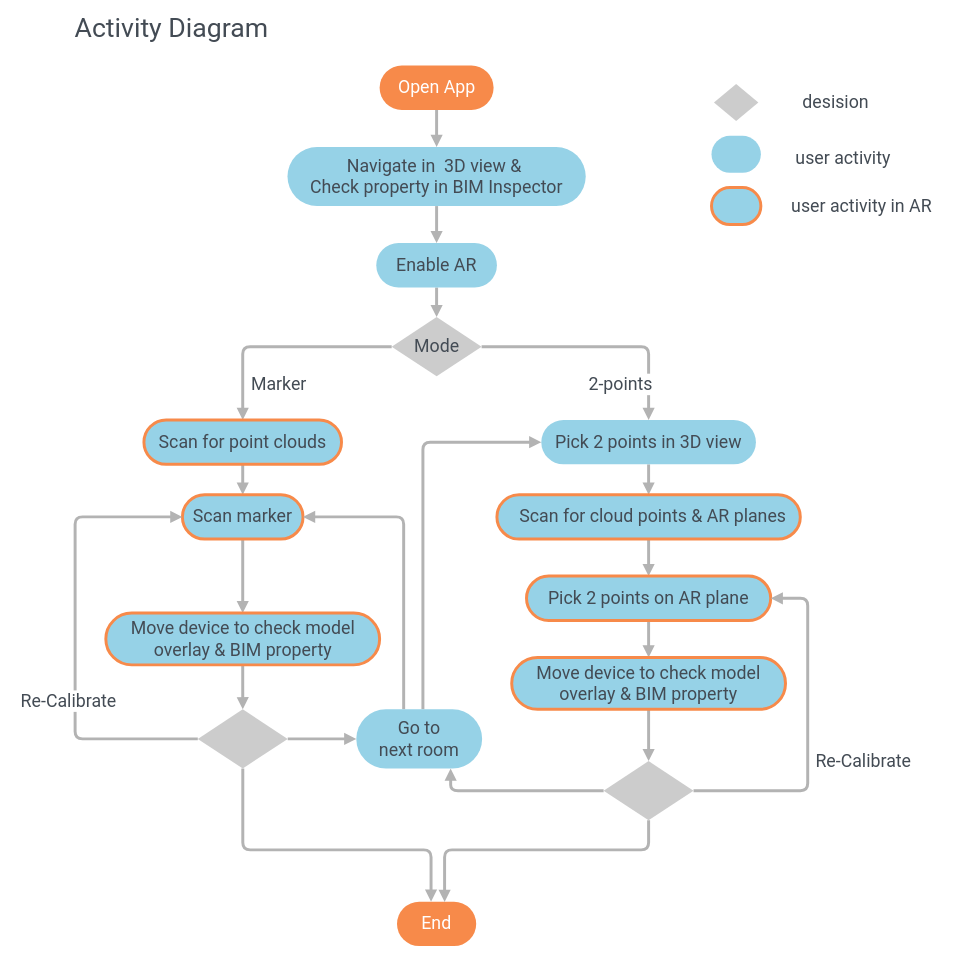
Before: Untitled Diagram.drawio in EricHsuYC/EricHsuYC.github.io, a draw.io diagram. Source tidied: cells renumbered, new cells numbered last; positions are measured from the earlier drawing's top-left corner, leaving out a move shared by most shapes. Both pictures are drawn from the tidied source at 74%, with x=0, y=0 at pixel (67, 13).
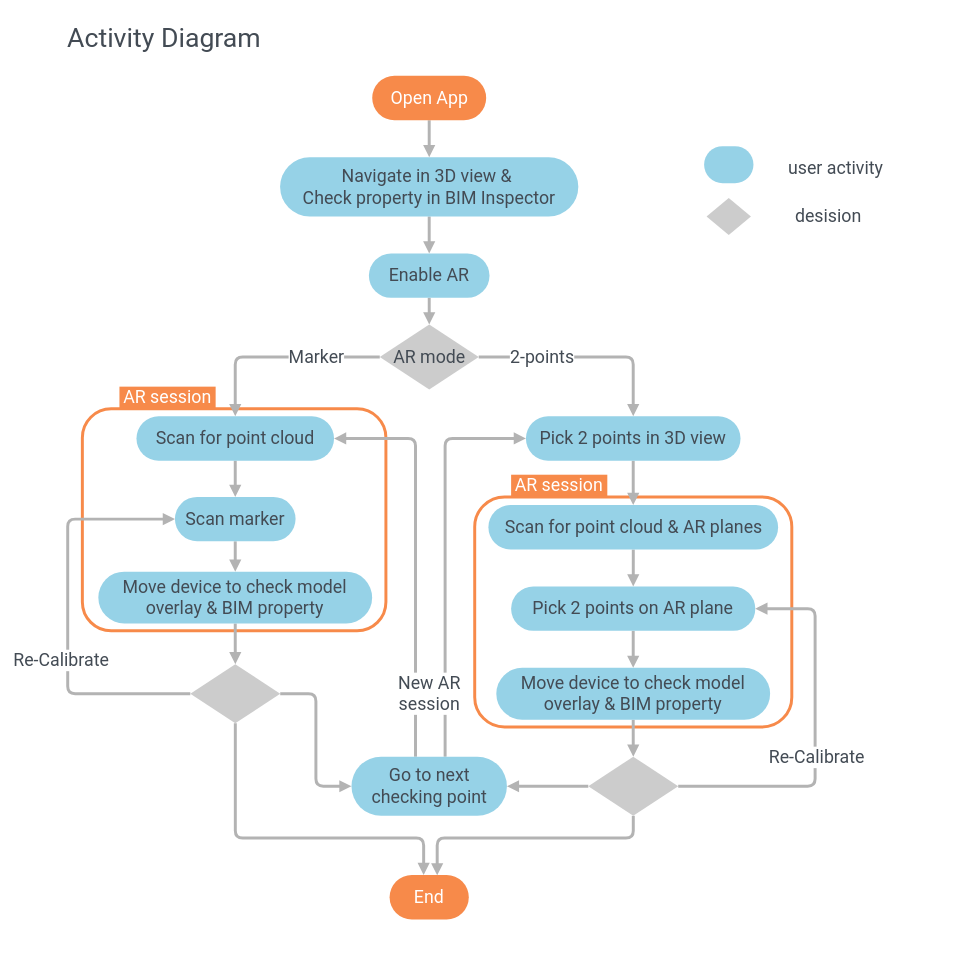
Above is the later version.

The change refers to these unchanged cells:
```xml
<mxCell id="6" style="edgeStyle=orthogonalEdgeStyle;jettySize=auto;html=1;entryX=0.5;entryY=0;entryDx=0;entryDy=0;startFill=0;endArrow=block;endFill=1;strokeColor=#B3B3B3;strokeWidth=4;" parent="1" edge="1" source="10" target="14">
  <mxGeometry relative="1" as="geometry" />
</mxCell>
<mxCell id="8" style="edgeStyle=orthogonalEdgeStyle;jettySize=auto;html=1;entryX=0.5;entryY=0;entryDx=0;entryDy=0;startFill=0;endArrow=block;endFill=1;strokeColor=#B3B3B3;strokeWidth=4;" parent="1" edge="1" source="10" target="16">
  <mxGeometry relative="1" as="geometry" />
</mxCell>
```

Diff of the diagram source:
```diff
@@
+    <mxCell id="48" style="rounded=1;whiteSpace=wrap;html=1;labelBackgroundColor=#ffffff;strokeColor=#F78A4A;strokeWidth=4;fillColor=none;fontFamily=Roboto;fontSize=24;fontColor=#434B54;arcSize=13;" parent="1" vertex="1">
+      <mxGeometry x="19.8" y="534" width="410.2" height="300" as="geometry" />
+    </mxCell>
+    <mxCell id="49" value="&lt;font style=&quot;font-size: 24px&quot; color=&quot;#ffffff&quot;&gt;AR session&lt;/font&gt;" style="rounded=1;whiteSpace=wrap;html=1;fillColor=#F78A4A;fontFamily=Roboto;arcSize=0;strokeColor=none;" parent="1" vertex="1">
+      <mxGeometry x="599.2" y="623" width="130" height="30" as="geometry" />
+    </mxCell>
+    <mxCell id="50" style="rounded=1;whiteSpace=wrap;html=1;labelBackgroundColor=#ffffff;strokeColor=#F78A4A;strokeWidth=4;fillColor=none;fontFamily=Roboto;fontSize=24;fontColor=#434B54;arcSize=13;" parent="1" vertex="1">
+      <mxGeometry x="550" y="653" width="428.5" height="311" as="geometry" />
+    </mxCell>
@@
-    <mxCell id="3" value="&lt;font color=&quot;#434b54&quot; face=&quot;Roboto&quot;&gt;&lt;span style=&quot;font-size: 24px&quot;&gt;Navigate in&amp;nbsp; 3D view &amp;amp;&amp;nbsp;&lt;br&gt;&lt;/span&gt;&lt;/font&gt;&lt;span style=&quot;color: rgb(67 , 75 , 84) ; font-family: &amp;#34;roboto&amp;#34; ; font-size: 24px&quot;&gt;Check property in BIM Inspector&lt;/span&gt;&lt;font color=&quot;#434b54&quot; face=&quot;Roboto&quot;&gt;&lt;span style=&quot;font-size: 24px&quot;&gt;&lt;br&gt;&lt;/span&gt;&lt;/font&gt;" style="rounded=1;whiteSpace=wrap;html=1;arcSize=50;fillColor=#96D2E7;strokeColor=none;" parent="1" vertex="1">
-      <mxGeometry x="297" y="180" width="403" height="80" as="geometry" />
+    <mxCell id="3" value="&lt;font color=&quot;#434b54&quot; face=&quot;Roboto&quot;&gt;&lt;span style=&quot;font-size: 24px&quot;&gt;Navigate in 3D view &amp;amp;&amp;nbsp;&lt;br&gt;&lt;/span&gt;&lt;/font&gt;&lt;span style=&quot;color: rgb(67 , 75 , 84) ; font-family: &amp;#34;roboto&amp;#34; ; font-size: 24px&quot;&gt;Check property in BIM Inspector&lt;/span&gt;&lt;font color=&quot;#434b54&quot; face=&quot;Roboto&quot;&gt;&lt;span style=&quot;font-size: 24px&quot;&gt;&lt;br&gt;&lt;/span&gt;&lt;/font&gt;" style="rounded=1;whiteSpace=wrap;html=1;arcSize=50;fillColor=#96D2E7;strokeColor=none;" parent="1" vertex="1">
+      <mxGeometry x="287" y="194" width="403" height="80" as="geometry" />
     </mxCell>
@@
     <mxCell id="5" value="&lt;font color=&quot;#434b54&quot; face=&quot;Roboto&quot;&gt;&lt;span style=&quot;font-size: 24px&quot;&gt;Enable AR&lt;/span&gt;&lt;/font&gt;" style="rounded=1;whiteSpace=wrap;html=1;arcSize=50;fillColor=#96D2E7;strokeColor=none;" parent="1" vertex="1">
-      <mxGeometry x="417" y="310" width="163" height="60" as="geometry" />
+      <mxGeometry x="407" y="324" width="163" height="60" as="geometry" />
     </mxCell>
@@
     <mxCell id="7" value="2-points" style="text;html=1;align=center;verticalAlign=middle;labelBackgroundColor=#ffffff;fontFamily=Roboto;fontSize=24;fontColor=#434B54;" parent="6" vertex="1">
       <mxGeometry x="-0.12" y="-51" relative="1" as="geometry">
-        <mxPoint x="43.8" y="-1" as="offset" />
+        <mxPoint x="-41.8" y="-51" as="offset" />
       </mxGeometry>
     </mxCell>
@@
     <mxCell id="9" value="Marker" style="text;html=1;align=center;verticalAlign=middle;labelBackgroundColor=#ffffff;fontSize=24;fontFamily=Roboto;fontColor=#434B54;" parent="8" vertex="1">
       <mxGeometry y="31" relative="1" as="geometry">
-        <mxPoint x="-2.9" y="19" as="offset" />
+        <mxPoint x="52.2" y="-31" as="offset" />
       </mxGeometry>
     </mxCell>
-    <mxCell id="10" value="&lt;font style=&quot;font-size: 24px&quot; face=&quot;Roboto&quot; color=&quot;#434b54&quot;&gt;Mode&lt;/font&gt;" style="rhombus;whiteSpace=wrap;html=1;rounded=0;comic=0;strokeColor=none;fillColor=#CCCCCC;" parent="1" vertex="1">
-      <mxGeometry x="437.8" y="410" width="121.5" height="80" as="geometry" />
+    <mxCell id="10" value="&lt;font style=&quot;font-size: 24px&quot; face=&quot;Roboto&quot; color=&quot;#434b54&quot;&gt;AR mode&lt;/font&gt;" style="rhombus;whiteSpace=wrap;html=1;rounded=0;comic=0;strokeColor=none;fillColor=#CCCCCC;" parent="1" vertex="1">
+      <mxGeometry x="421.7" y="420" width="133.7" height="88" as="geometry" />
     </mxCell>
@@
     <mxCell id="12" value="&lt;font style=&quot;font-size: 24px&quot; color=&quot;#ffffff&quot;&gt;Open App&lt;/font&gt;" style="rounded=1;whiteSpace=wrap;html=1;fillColor=#F78A4A;fontFamily=Roboto;arcSize=50;strokeColor=none;" parent="1" vertex="1">
-      <mxGeometry x="421.5" y="70" width="154" height="60" as="geometry" />
+      <mxGeometry x="411.5" y="84" width="154" height="60" as="geometry" />
     </mxCell>
@@
     <mxCell id="14" value="&lt;font color=&quot;#434b54&quot; face=&quot;Roboto&quot;&gt;&lt;span style=&quot;font-size: 24px&quot;&gt;Pick 2 points in 3D view&lt;/span&gt;&lt;/font&gt;" style="rounded=1;whiteSpace=wrap;html=1;arcSize=50;fillColor=#96D2E7;strokeColor=none;" parent="1" vertex="1">
-      <mxGeometry x="640" y="549" width="290" height="60" as="geometry" />
+      <mxGeometry x="619.2" y="544" width="290" height="60" as="geometry" />
     </mxCell>
@@
-    <mxCell id="16" value="&lt;font color=&quot;#434b54&quot; face=&quot;Roboto&quot;&gt;&lt;span style=&quot;font-size: 24px&quot;&gt;Scan for point clouds&lt;/span&gt;&lt;/font&gt;" style="rounded=1;whiteSpace=wrap;html=1;arcSize=50;fillColor=#96D2E7;strokeColor=#F78A4A;strokeWidth=4;" parent="1" vertex="1">
-      <mxGeometry x="103" y="549" width="267" height="60" as="geometry" />
+    <mxCell id="16" value="&lt;font color=&quot;#434b54&quot; face=&quot;Roboto&quot;&gt;&lt;span style=&quot;font-size: 24px&quot;&gt;Scan for point cloud&lt;/span&gt;&lt;/font&gt;" style="rounded=1;whiteSpace=wrap;html=1;arcSize=50;fillColor=#96D2E7;strokeColor=none;strokeWidth=4;" parent="1" vertex="1">
+      <mxGeometry x="92.9" y="544" width="267" height="60" as="geometry" />
     </mxCell>
@@
-    <mxCell id="18" value="&lt;font color=&quot;#434b54&quot; face=&quot;Roboto&quot;&gt;&lt;span style=&quot;font-size: 24px&quot;&gt;Scan marker&lt;/span&gt;&lt;/font&gt;" style="rounded=1;whiteSpace=wrap;html=1;arcSize=50;fillColor=#96D2E7;strokeColor=#F78A4A;strokeWidth=4;" parent="1" vertex="1">
-      <mxGeometry x="155" y="650" width="163" height="60" as="geometry" />
+    <mxCell id="18" value="&lt;font color=&quot;#434b54&quot; face=&quot;Roboto&quot;&gt;&lt;span style=&quot;font-size: 24px&quot;&gt;Scan marker&lt;/span&gt;&lt;/font&gt;" style="rounded=1;whiteSpace=wrap;html=1;arcSize=50;fillColor=#96D2E7;strokeColor=none;strokeWidth=4;" parent="1" vertex="1">
+      <mxGeometry x="144.9" y="653" width="163" height="60" as="geometry" />
     </mxCell>
@@
-    <mxCell id="20" value="&lt;font color=&quot;#434b54&quot; face=&quot;Roboto&quot;&gt;&lt;span style=&quot;font-size: 24px&quot;&gt;&amp;nbsp; &amp;nbsp; Scan for cloud points &amp;amp; AR planes&amp;nbsp;&amp;nbsp;&lt;/span&gt;&lt;/font&gt;" style="rounded=1;whiteSpace=wrap;html=1;arcSize=50;fillColor=#96D2E7;strokeColor=#F78A4A;strokeWidth=4;" parent="1" vertex="1">
-      <mxGeometry x="580" y="650" width="410" height="60" as="geometry" />
+    <mxCell id="20" value="&lt;font color=&quot;#434b54&quot; face=&quot;Roboto&quot;&gt;&lt;span style=&quot;font-size: 24px&quot;&gt;Scan for point cloud &amp;amp; AR planes&lt;/span&gt;&lt;/font&gt;" style="rounded=1;whiteSpace=wrap;html=1;arcSize=50;fillColor=#96D2E7;strokeColor=none;strokeWidth=4;" parent="1" vertex="1">
+      <mxGeometry x="568.5" y="664" width="391.5" height="60" as="geometry" />
     </mxCell>
@@
-    <mxCell id="22" value="&lt;font color=&quot;#434b54&quot; face=&quot;Roboto&quot;&gt;&lt;span style=&quot;font-size: 24px&quot;&gt;Pick 2 points on AR plane&lt;/span&gt;&lt;/font&gt;" style="rounded=1;whiteSpace=wrap;html=1;arcSize=50;fillColor=#96D2E7;strokeColor=#F78A4A;strokeWidth=4;" parent="1" vertex="1">
-      <mxGeometry x="620" y="760" width="330" height="60" as="geometry" />
+    <mxCell id="22" value="&lt;font color=&quot;#434b54&quot; face=&quot;Roboto&quot;&gt;&lt;span style=&quot;font-size: 24px&quot;&gt;Pick 2 points on AR plane&lt;/span&gt;&lt;/font&gt;" style="rounded=1;whiteSpace=wrap;html=1;arcSize=50;fillColor=#96D2E7;strokeColor=none;strokeWidth=4;" parent="1" vertex="1">
+      <mxGeometry x="599.2" y="774" width="330" height="60" as="geometry" />
     </mxCell>
@@
-    <mxCell id="24" value="&lt;font color=&quot;#434b54&quot; face=&quot;Roboto&quot;&gt;&lt;span style=&quot;font-size: 24px&quot;&gt;Move device to check model overlay &amp;amp; BIM property&lt;/span&gt;&lt;/font&gt;" style="rounded=1;whiteSpace=wrap;html=1;arcSize=50;fillColor=#96D2E7;strokeColor=#F78A4A;strokeWidth=4;" parent="1" vertex="1">
-      <mxGeometry x="600" y="870" width="370" height="70" as="geometry" />
+    <mxCell id="24" value="&lt;font color=&quot;#434b54&quot; face=&quot;Roboto&quot;&gt;&lt;span style=&quot;font-size: 24px&quot;&gt;Move device to check model overlay &amp;amp; BIM property&lt;/span&gt;&lt;/font&gt;" style="rounded=1;whiteSpace=wrap;html=1;arcSize=50;fillColor=#96D2E7;strokeColor=none;strokeWidth=4;" parent="1" vertex="1">
+      <mxGeometry x="579.2" y="884" width="370" height="70" as="geometry" />
     </mxCell>
     <mxCell id="25" style="edgeStyle=orthogonalEdgeStyle;jettySize=auto;html=1;startFill=0;endArrow=block;endFill=1;strokeColor=#B3B3B3;strokeWidth=4;" parent="1" edge="1" source="29" target="33">
       <mxGeometry relative="1" as="geometry">
         <Array as="points">
-          <mxPoint x="237" y="1130" />
-          <mxPoint x="491" y="1130" />
+          <mxPoint x="227" y="1114" />
+          <mxPoint x="481" y="1114" />
         </Array>
       </mxGeometry>
     </mxCell>
-    <mxCell id="26" style="edgeStyle=orthogonalEdgeStyle;jettySize=auto;html=1;entryX=0;entryY=0.5;entryDx=0;entryDy=0;startFill=0;endArrow=block;endFill=1;strokeColor=#B3B3B3;strokeWidth=4;" parent="1" edge="1" source="29" target="32">
-      <mxGeometry relative="1" as="geometry" />
-    </mxCell>
     <mxCell id="27" style="edgeStyle=orthogonalEdgeStyle;jettySize=auto;html=1;entryX=0;entryY=0.5;entryDx=0;entryDy=0;startFill=0;endArrow=block;endFill=1;strokeColor=#B3B3B3;strokeWidth=4;" parent="1" edge="1" source="29" target="18">
       <mxGeometry relative="1" as="geometry">
         <Array as="points">
-          <mxPoint x="10" y="980" />
-          <mxPoint x="10" y="680" />
+          <mxPoint y="919" />
+          <mxPoint y="683" />
         </Array>
       </mxGeometry>
     </mxCell>
     <mxCell id="28" value="Re-Calibrate" style="text;html=1;align=center;verticalAlign=middle;labelBackgroundColor=#ffffff;fontSize=24;fontFamily=Roboto;fontColor=#434B54;" parent="27" vertex="1">
       <mxGeometry x="-0.11" y="1" relative="1" as="geometry">
-        <mxPoint x="-9" y="54.2" as="offset" />
+        <mxPoint x="-9" y="31.4" as="offset" />
       </mxGeometry>
     </mxCell>
+    <mxCell id="26" style="edgeStyle=orthogonalEdgeStyle;jettySize=auto;html=1;entryX=0;entryY=0.5;entryDx=0;entryDy=0;startFill=0;endArrow=block;endFill=1;strokeColor=#B3B3B3;strokeWidth=4;" parent="1" edge="1" source="29" target="32">
+      <mxGeometry relative="1" as="geometry" />
+    </mxCell>
     <mxCell id="29" style="rhombus;whiteSpace=wrap;html=1;rounded=0;comic=0;strokeColor=none;fillColor=#CCCCCC;dashed=1;fontFamily=Roboto;fontSize=24;fontColor=#434B54;" parent="1" vertex="1">
-      <mxGeometry x="175.8" y="940" width="121.5" height="80" as="geometry" />
+      <mxGeometry x="165.7" y="879" width="121.5" height="80" as="geometry" />
     </mxCell>
-    <mxCell id="30" style="edgeStyle=orthogonalEdgeStyle;jettySize=auto;html=1;entryX=1;entryY=0.5;entryDx=0;entryDy=0;startFill=0;endArrow=block;endFill=1;strokeColor=#B3B3B3;strokeWidth=4;" parent="1" edge="1" source="32" target="18">
+    <mxCell id="30" style="edgeStyle=orthogonalEdgeStyle;jettySize=auto;html=1;startFill=0;endArrow=block;endFill=1;strokeColor=#B3B3B3;strokeWidth=4;" parent="1" edge="1" source="32" target="16">
       <mxGeometry relative="1" as="geometry">
         <Array as="points">
-          <mxPoint x="454" y="680" />
+          <mxPoint x="470" y="574" />
         </Array>
       </mxGeometry>
     </mxCell>
     <mxCell id="31" style="edgeStyle=orthogonalEdgeStyle;jettySize=auto;html=1;entryX=0;entryY=0.5;entryDx=0;entryDy=0;startFill=0;endArrow=block;endFill=1;strokeColor=#B3B3B3;strokeWidth=4;" parent="1" edge="1" source="32" target="14">
       <mxGeometry relative="1" as="geometry">
         <Array as="points">
-          <mxPoint x="480" y="579" />
+          <mxPoint x="510" y="574" />
         </Array>
       </mxGeometry>
     </mxCell>
-    <mxCell id="32" value="&lt;font color=&quot;#434b54&quot; face=&quot;Roboto&quot;&gt;&lt;span style=&quot;font-size: 24px&quot;&gt;Go to &lt;br&gt;next room&lt;/span&gt;&lt;/font&gt;" style="rounded=1;whiteSpace=wrap;html=1;arcSize=50;fillColor=#96D2E7;strokeColor=none;" parent="1" vertex="1">
-      <mxGeometry x="390" y="940" width="170" height="80" as="geometry" />
+    <mxCell id="32" value="&lt;font color=&quot;#434b54&quot; face=&quot;Roboto&quot;&gt;&lt;span style=&quot;font-size: 24px&quot;&gt;Go to next&lt;br&gt;checking point&lt;/span&gt;&lt;/font&gt;" style="rounded=1;whiteSpace=wrap;html=1;arcSize=50;fillColor=#96D2E7;strokeColor=none;" parent="1" vertex="1">
+      <mxGeometry x="383.5" y="1004" width="210" height="80" as="geometry" />
     </mxCell>
     <mxCell id="33" value="&lt;font style=&quot;font-size: 24px&quot; color=&quot;#ffffff&quot;&gt;End&lt;/font&gt;" style="rounded=1;whiteSpace=wrap;html=1;fillColor=#F78A4A;fontFamily=Roboto;arcSize=50;strokeColor=none;dashed=1;" parent="1" vertex="1">
-      <mxGeometry x="445" y="1200" width="107" height="60" as="geometry" />
+      <mxGeometry x="435" y="1164" width="107" height="60" as="geometry" />
     </mxCell>
-    <mxCell id="34" style="edgeStyle=orthogonalEdgeStyle;jettySize=auto;html=1;entryX=1;entryY=0.5;entryDx=0;entryDy=0;startFill=0;endArrow=block;endFill=1;strokeColor=#B3B3B3;strokeWidth=4;" parent="1" edge="1" source="38" target="22">
+    <mxCell id="34" style="edgeStyle=orthogonalEdgeStyle;jettySize=auto;html=1;entryX=1;entryY=0.5;entryDx=0;entryDy=0;startFill=0;endArrow=block;endFill=1;strokeColor=#B3B3B3;strokeWidth=4;exitX=1;exitY=0.5;exitDx=0;exitDy=0;" parent="1" edge="1" source="38" target="22">
       <mxGeometry relative="1" as="geometry">
         <Array as="points">
-          <mxPoint x="785" y="1050" />
-          <mxPoint x="1000" y="1050" />
-          <mxPoint x="1000" y="790" />
+          <mxPoint x="1010" y="1044" />
+          <mxPoint x="1010" y="804" />
         </Array>
       </mxGeometry>
     </mxCell>
     <mxCell id="35" value="Re-Calibrate" style="text;html=1;align=center;verticalAlign=middle;labelBackgroundColor=#ffffff;fontSize=24;fontFamily=Roboto;fontColor=#434B54;" parent="34" vertex="1">
       <mxGeometry x="-0.66" y="-4" relative="1" as="geometry">
-        <mxPoint x="149.3" y="-44" as="offset" />
+        <mxPoint x="100" y="-44" as="offset" />
       </mxGeometry>
     </mxCell>
+    <mxCell id="37" style="edgeStyle=orthogonalEdgeStyle;jettySize=auto;html=1;entryX=0.601;entryY=0.006;entryDx=0;entryDy=0;entryPerimeter=0;startFill=0;endArrow=block;endFill=1;strokeColor=#B3B3B3;strokeWidth=4;" parent="1" edge="1" source="38" target="33">
+      <mxGeometry relative="1" as="geometry">
+        <Array as="points">
+          <mxPoint x="764" y="1114" />
+          <mxPoint x="499" y="1114" />
+        </Array>
+      </mxGeometry>
+    </mxCell>
-    <mxCell id="36" style="edgeStyle=orthogonalEdgeStyle;jettySize=auto;html=1;entryX=0.75;entryY=1;entryDx=0;entryDy=0;startFill=0;endArrow=block;endFill=1;strokeColor=#B3B3B3;strokeWidth=4;" parent="1" edge="1" source="38" target="32">
+    <mxCell id="36" style="edgeStyle=orthogonalEdgeStyle;jettySize=auto;html=1;entryX=1;entryY=0.5;entryDx=0;entryDy=0;startFill=0;endArrow=block;endFill=1;strokeColor=#B3B3B3;strokeWidth=4;" parent="1" edge="1" source="38" target="32">
       <mxGeometry relative="1" as="geometry" />
     </mxCell>
-    <mxCell id="37" style="edgeStyle=orthogonalEdgeStyle;jettySize=auto;html=1;entryX=0.601;entryY=0.006;entryDx=0;entryDy=0;entryPerimeter=0;startFill=0;endArrow=block;endFill=1;strokeColor=#B3B3B3;strokeWidth=4;" parent="1" edge="1" source="38" target="33">
-      <mxGeometry relative="1" as="geometry">
-        <Array as="points">
-          <mxPoint x="785" y="1130" />
-          <mxPoint x="509" y="1130" />
-        </Array>
-      </mxGeometry>
-    </mxCell>
     <mxCell id="38" style="rhombus;whiteSpace=wrap;html=1;rounded=0;comic=0;strokeColor=none;fillColor=#CCCCCC;dashed=1;fontFamily=Roboto;fontSize=24;fontColor=#434B54;" parent="1" vertex="1">
-      <mxGeometry x="724.2" y="1010" width="121.5" height="80" as="geometry" />
+      <mxGeometry x="703.5" y="1004" width="121.5" height="80" as="geometry" />
     </mxCell>
@@
-    <mxCell id="40" value="&lt;font color=&quot;#434b54&quot; face=&quot;Roboto&quot;&gt;&lt;span style=&quot;font-size: 24px&quot;&gt;Move device to check model overlay &amp;amp; BIM property&lt;/span&gt;&lt;/font&gt;" style="rounded=1;whiteSpace=wrap;html=1;arcSize=50;fillColor=#96D2E7;strokeColor=#F78A4A;strokeWidth=4;" parent="1" vertex="1">
-      <mxGeometry x="51.5" y="810" width="370" height="70" as="geometry" />
+    <mxCell id="40" value="&lt;font color=&quot;#434b54&quot; face=&quot;Roboto&quot;&gt;&lt;span style=&quot;font-size: 24px&quot;&gt;Move device to check model overlay &amp;amp; BIM property&lt;/span&gt;&lt;/font&gt;" style="rounded=1;whiteSpace=wrap;html=1;arcSize=50;fillColor=#96D2E7;strokeColor=none;strokeWidth=4;" parent="1" vertex="1">
+      <mxGeometry x="41.4" y="754" width="370" height="70" as="geometry" />
     </mxCell>
     <mxCell id="41" value="&lt;font style=&quot;font-size: 36px&quot;&gt;Activity Diagram&lt;/font&gt;" style="text;html=1;align=center;verticalAlign=middle;fontSize=24;fontFamily=Roboto;fontColor=#434B54;" parent="1" vertex="1">
-      <mxGeometry width="280" height="40" as="geometry" />
+      <mxGeometry x="-10" y="14" width="280" height="40" as="geometry" />
     </mxCell>
     <mxCell id="42" style="rhombus;whiteSpace=wrap;html=1;rounded=0;comic=0;strokeColor=none;fillColor=#CCCCCC;dashed=1;fontFamily=Roboto;fontSize=24;fontColor=#434B54;" parent="1" vertex="1">
-      <mxGeometry x="873.3" y="95" width="60" height="50" as="geometry" />
+      <mxGeometry x="863.3" y="249" width="60" height="50" as="geometry" />
     </mxCell>
     <mxCell id="43" style="rounded=1;whiteSpace=wrap;html=1;arcSize=50;fillColor=#96D2E7;strokeColor=none;dashed=1;fontFamily=Roboto;fontSize=24;fontColor=#434B54;" parent="1" vertex="1">
-      <mxGeometry x="870" y="165" width="66.7" height="50" as="geometry" />
+      <mxGeometry x="860" y="179" width="66.7" height="50" as="geometry" />
     </mxCell>
-    <mxCell id="44" style="rounded=1;whiteSpace=wrap;html=1;arcSize=50;fillColor=#96D2E7;strokeColor=#F78A4A;fontFamily=Helvetica;fontSize=12;fontColor=#000000;strokeWidth=4;" parent="1" vertex="1">
-      <mxGeometry x="870" y="235" width="66.7" height="50" as="geometry" />
-    </mxCell>
     <mxCell id="45" value="user activity" style="rounded=0;whiteSpace=wrap;html=1;dashed=1;strokeColor=none;strokeWidth=4;fillColor=none;fontFamily=Roboto;fontSize=24;fontColor=#434B54;" parent="1" vertex="1">
-      <mxGeometry x="963.3" y="165" width="170" height="60" as="geometry" />
+      <mxGeometry x="953.3" y="179" width="170" height="60" as="geometry" />
     </mxCell>
     <mxCell id="46" value="desision" style="rounded=0;whiteSpace=wrap;html=1;dashed=1;strokeColor=none;strokeWidth=4;fillColor=none;fontFamily=Roboto;fontSize=24;fontColor=#434B54;" parent="1" vertex="1">
-      <mxGeometry x="953.3" y="90" width="170" height="60" as="geometry" />
+      <mxGeometry x="943.3" y="244" width="170" height="60" as="geometry" />
     </mxCell>
-    <mxCell id="47" value="user activity in AR" style="rounded=0;whiteSpace=wrap;html=1;dashed=1;strokeColor=none;strokeWidth=4;fillColor=none;fontFamily=Roboto;fontSize=24;fontColor=#434B54;" parent="1" vertex="1">
-      <mxGeometry x="963.3" y="230" width="220" height="60" as="geometry" />
-    </mxCell>
+    <mxCell id="51" value="New AR&lt;br&gt;session" style="rounded=0;whiteSpace=wrap;html=1;dashed=1;strokeColor=none;strokeWidth=4;fillColor=none;fontFamily=Roboto;fontSize=24;fontColor=#434B54;labelBackgroundColor=#ffffff;" parent="1" vertex="1">
+      <mxGeometry x="403.5" y="889" width="170" height="60" as="geometry" />
+    </mxCell>
+    <mxCell id="52" value="&lt;font style=&quot;font-size: 24px&quot; color=&quot;#ffffff&quot;&gt;AR session&lt;/font&gt;" style="rounded=1;whiteSpace=wrap;html=1;fillColor=#F78A4A;fontFamily=Roboto;arcSize=0;strokeColor=none;" parent="1" vertex="1">
+      <mxGeometry x="69.9" y="504" width="130" height="30" as="geometry" />
+    </mxCell>
```
